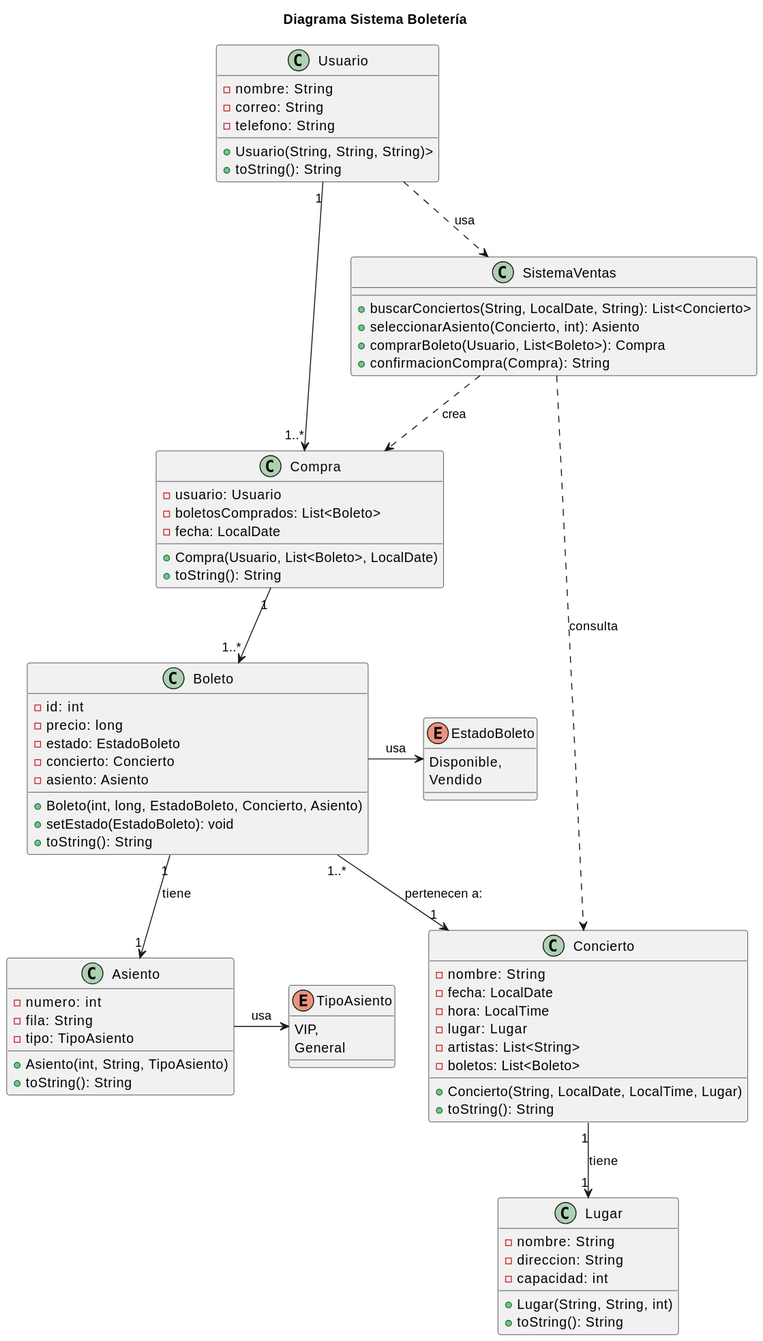
The PlantUML diagram out/Lab2/diagrama/Diagrama 2.svg in KuilmerHC/Fundamentos, before a commit. The source it was exported from:
```plantuml
@startuml
title Diagrama Sistema Boletería

class Usuario{
    -nombre: String
    -correo: String
    -telefono: String
    +Usuario(String, String, String)>
    +toString(): String
}

class Concierto{
    -nombre: String
    -fecha: LocalDate
    -hora: LocalTime
    -lugar: Lugar
    -artistas: List<String>
    -boletos: List<Boleto>
    +Concierto(String, LocalDate, LocalTime, Lugar)
    +toString(): String
}

class Lugar{
    -nombre: String
    -direccion: String
    -capacidad: int
    +Lugar(String, String, int)
    +toString(): String
}

enum TipoAsiento {
    VIP,
    General
}

class Asiento{
    -numero: int
    -fila: String
    -tipo: TipoAsiento
    +Asiento(int, String, TipoAsiento)
    +toString(): String
}

enum EstadoBoleto{
    Disponible,
    Vendido
}

class Boleto{
    -id: int
    -precio: long
    -estado: EstadoBoleto
    -concierto: Concierto
    -asiento: Asiento
    +Boleto(int, long, EstadoBoleto, Concierto, Asiento)
    +setEstado(EstadoBoleto): void
    +toString(): String
}

class Compra{
    -usuario: Usuario
    -boletosComprados: List<Boleto>
    -fecha: LocalDate
    +Compra(Usuario, List<Boleto>, LocalDate)
    +toString(): String
}

class SistemaVentas{
    +buscarConciertos(String, LocalDate, String): List<Concierto>
    +seleccionarAsiento(Concierto, int): Asiento
    +comprarBoleto(Usuario, List<Boleto>): Compra
    +confirmacionCompra(Compra): String
}

Boleto -> EstadoBoleto: usa
Asiento -> TipoAsiento: usa


Usuario ..> SistemaVentas: usa
SistemaVentas ..> Compra: crea
SistemaVentas ..> Concierto: consulta

Usuario "1" --> "1..*" Compra
Compra "1" --> "1..*" Boleto
Boleto "1..*" --> "1" Concierto: pertenecen a:
Concierto "1" --> "1" Lugar: tiene
Boleto "1" --> "1" Asiento: tiene
@enduml
```
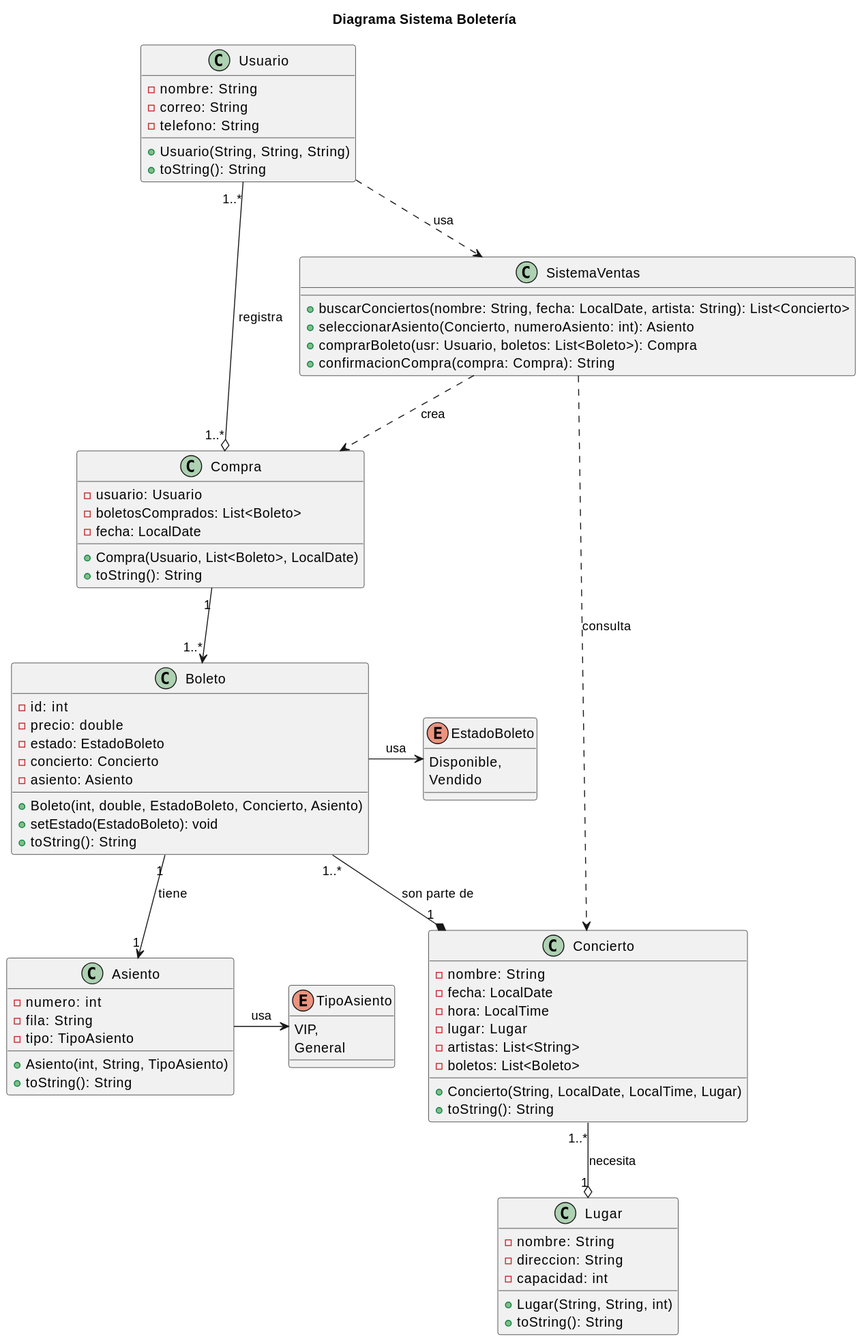
Later version of the same file.

What changed in the source:
```diff
@@ -5,7 +5,7 @@
     -nombre: String
     -correo: String
     -telefono: String
-    +Usuario(String, String, String)>
+    +Usuario(String, String, String)
     +toString(): String
 }
 
@@ -48,11 +48,11 @@
 
 class Boleto{
     -id: int
-    -precio: long
+    -precio: double
     -estado: EstadoBoleto
     -concierto: Concierto
     -asiento: Asiento
-    +Boleto(int, long, EstadoBoleto, Concierto, Asiento)
+    +Boleto(int, double, EstadoBoleto, Concierto, Asiento)
     +setEstado(EstadoBoleto): void
     +toString(): String
 }
@@ -66,10 +66,10 @@
 }
 
 class SistemaVentas{
-    +buscarConciertos(String, LocalDate, String): List<Concierto>
-    +seleccionarAsiento(Concierto, int): Asiento
-    +comprarBoleto(Usuario, List<Boleto>): Compra
-    +confirmacionCompra(Compra): String
+    +buscarConciertos(nombre: String, fecha: LocalDate, artista: String): List<Concierto>
+    +seleccionarAsiento(Concierto, numeroAsiento: int): Asiento
+    +comprarBoleto(usr: Usuario, boletos: List<Boleto>): Compra
+    +confirmacionCompra(compra: Compra): String
 }
 
 Boleto -> EstadoBoleto: usa
@@ -80,9 +80,9 @@
 SistemaVentas ..> Compra: crea
 SistemaVentas ..> Concierto: consulta
 
-Usuario "1" --> "1..*" Compra
+Usuario "1..*" --o "1..*" Compra: registra
 Compra "1" --> "1..*" Boleto
-Boleto "1..*" --> "1" Concierto: pertenecen a:
-Concierto "1" --> "1" Lugar: tiene
+Boleto "1..*" --* "1" Concierto: son parte de
+Concierto "1..*" --o "1" Lugar: necesita
 Boleto "1" --> "1" Asiento: tiene
 @enduml
```
